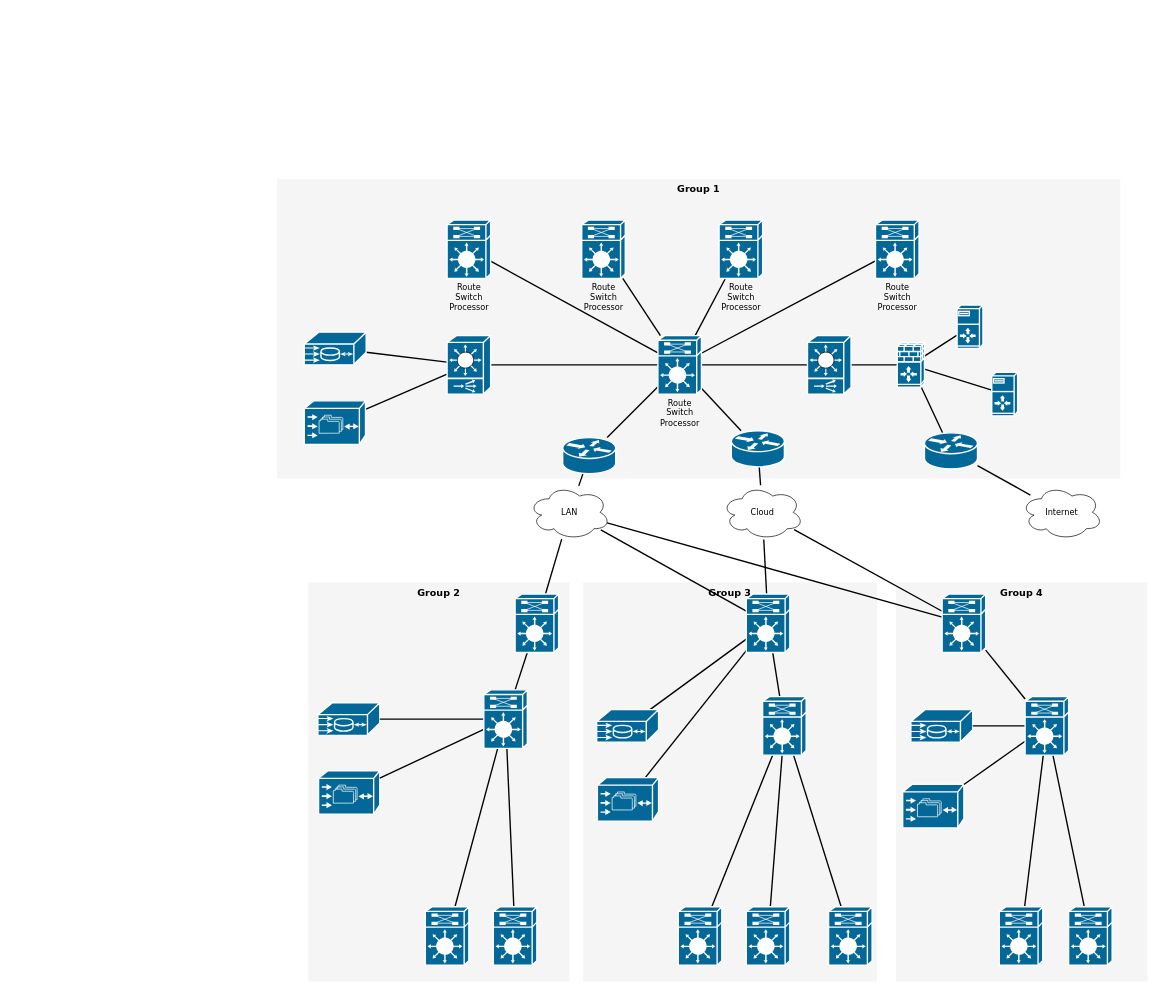
Above: Diagrama sem nome.drawio in mtuliolaine/Install-App-Windows (draw.io), before the change. Source tidied: cells renumbered, new cells numbered last; positions are measured from the earlier drawing's top-left corner, leaving out a move shared by most shapes. Both pictures are drawn from the tidied source at 68%, with x=0, y=0 at pixel (277, 179).
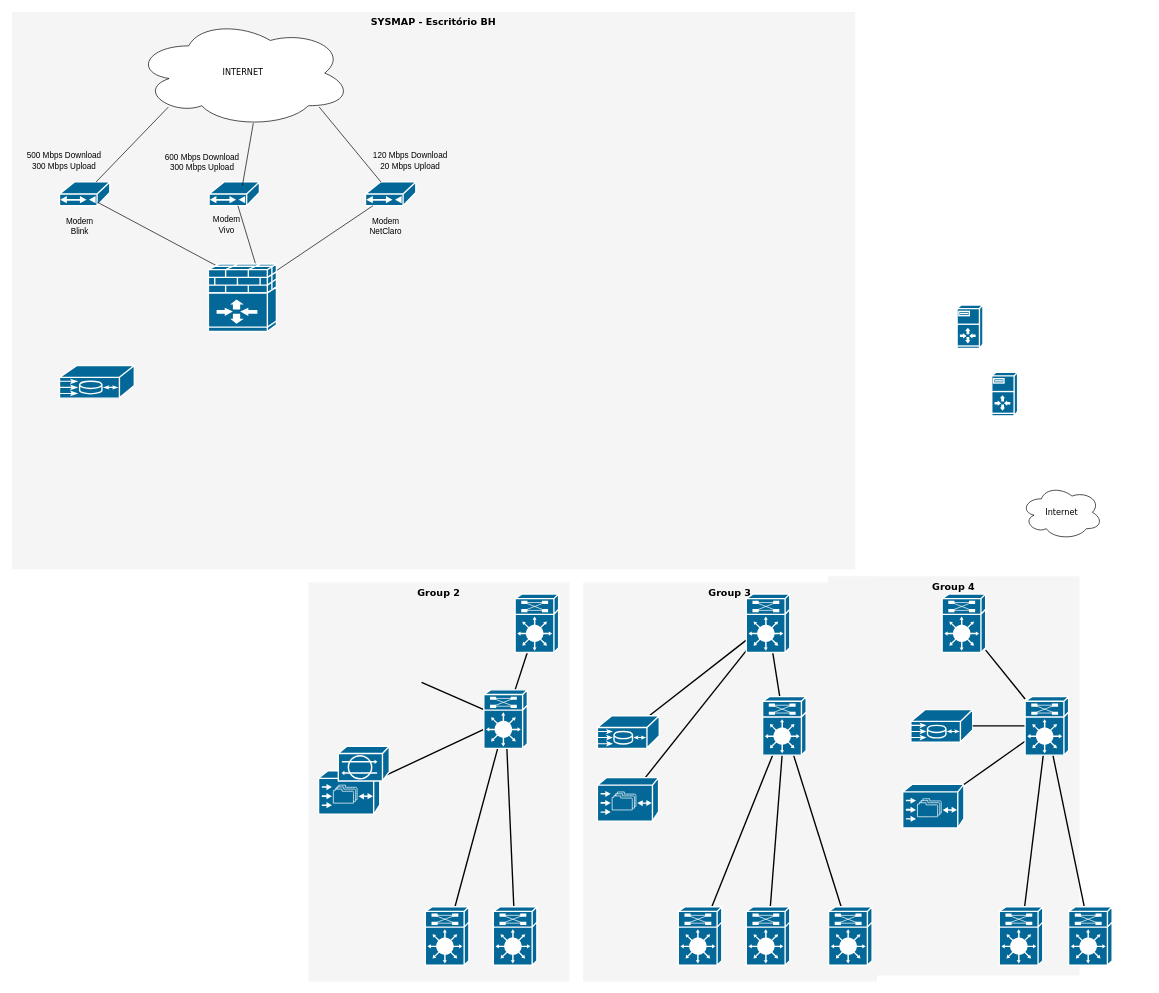
The same page after the edit.

Unchanged cells that the change refers to:
```xml
<mxCell id="30" style="shape=mxgraph.cisco.servers.server_with_router;html=1;dashed=0;fillColor=#036897;strokeColor=#ffffff;strokeWidth=2;verticalLabelPosition=bottom;verticalAlign=top;rounded=0;shadow=0;comic=0;fontFamily=Verdana;fontSize=12;" parent="1" vertex="1">
  <mxGeometry x="1000" y="185" width="38" height="64" as="geometry" />
</mxCell>
<mxCell id="31" style="shape=mxgraph.cisco.servers.server_with_router;html=1;dashed=0;fillColor=#036897;strokeColor=#ffffff;strokeWidth=2;verticalLabelPosition=bottom;verticalAlign=top;rounded=0;shadow=0;comic=0;fontFamily=Verdana;fontSize=12;" parent="1" vertex="1">
  <mxGeometry x="1051" y="284" width="38" height="64" as="geometry" />
</mxCell>
<mxCell id="39" value="Internet" style="ellipse;shape=cloud;whiteSpace=wrap;html=1;rounded=0;shadow=0;comic=0;strokeWidth=1;fontFamily=Verdana;fontSize=12;" parent="1" vertex="1">
  <mxGeometry x="1094" y="450" width="120" height="80" as="geometry" />
</mxCell>
<mxCell id="41" style="shape=mxgraph.cisco.misc.route_switch_processor;html=1;dashed=0;fillColor=#036897;strokeColor=#ffffff;strokeWidth=2;verticalLabelPosition=bottom;verticalAlign=top;rounded=0;shadow=0;comic=0;fontFamily=Verdana;fontSize=12;" parent="1" vertex="1">
  <mxGeometry x="350" y="610" width="64" height="86" as="geometry" />
</mxCell>
<mxCell id="45" style="shape=mxgraph.cisco.misc.route_switch_processor;html=1;dashed=0;fillColor=#036897;strokeColor=#ffffff;strokeWidth=2;verticalLabelPosition=bottom;verticalAlign=top;rounded=0;shadow=0;comic=0;fontFamily=Verdana;fontSize=12;" parent="1" vertex="1">
  <mxGeometry x="690" y="610" width="64" height="86" as="geometry" />
</mxCell>
<mxCell id="47" style="shape=mxgraph.cisco.misc.route_switch_processor;html=1;dashed=0;fillColor=#036897;strokeColor=#ffffff;strokeWidth=2;verticalLabelPosition=bottom;verticalAlign=top;rounded=0;shadow=0;comic=0;fontFamily=Verdana;fontSize=12;" parent="1" vertex="1">
  <mxGeometry x="978" y="610" width="64" height="86" as="geometry" />
</mxCell>
<mxCell id="54" style="shape=mxgraph.cisco.misc.route_switch_processor;html=1;dashed=0;fillColor=#036897;strokeColor=#ffffff;strokeWidth=2;verticalLabelPosition=bottom;verticalAlign=top;rounded=0;shadow=0;comic=0;fontFamily=Verdana;fontSize=12;" parent="1" vertex="1">
  <mxGeometry x="304" y="751" width="64" height="86" as="geometry" />
</mxCell>
```

The edit, as a diff of the source:
```diff
@@
-    <mxCell id="2" value="Group 1" style="whiteSpace=wrap;html=1;rounded=0;shadow=0;comic=0;strokeWidth=1;fontFamily=Verdana;fontSize=14;fillColor=#f5f5f5;strokeColor=none;verticalAlign=top;fontStyle=1;" parent="1" vertex="1">
-      <mxGeometry width="1240" height="440" as="geometry" />
+    <mxCell id="2" value="SYSMAP - Escritório BH" style="whiteSpace=wrap;html=1;rounded=0;shadow=0;comic=0;strokeWidth=1;fontFamily=Verdana;fontSize=14;fillColor=#f5f5f5;strokeColor=none;verticalAlign=top;fontStyle=1;" parent="1" vertex="1">
+      <mxGeometry x="-390" y="-246" width="1240" height="820" as="geometry" />
     </mxCell>
     <mxCell id="3" value="Group 4" style="whiteSpace=wrap;html=1;rounded=0;shadow=0;comic=0;strokeWidth=1;fontFamily=Verdana;fontSize=14;fillColor=#f5f5f5;strokeColor=none;fontStyle=1;verticalAlign=top;" parent="1" vertex="1">
-      <mxGeometry x="910" y="593" width="370" height="587" as="geometry" />
+      <mxGeometry x="810" y="584" width="370" height="587" as="geometry" />
     </mxCell>
@@
-    <mxCell id="6" style="edgeStyle=none;html=1;labelBackgroundColor=none;startFill=0;endArrow=none;endFill=0;strokeWidth=2;fontFamily=Verdana;fontSize=12;" parent="1" edge="1" source="7" target="18">
-      <mxGeometry relative="1" as="geometry" />
-    </mxCell>
-    <mxCell id="7" value="Route&lt;div&gt;Switch&lt;/div&gt;&lt;div&gt;Processor&lt;/div&gt;" style="shape=mxgraph.cisco.misc.route_switch_processor;html=1;dashed=0;fillColor=#036897;strokeColor=#ffffff;strokeWidth=2;verticalLabelPosition=bottom;verticalAlign=top;rounded=0;shadow=0;comic=0;fontFamily=Verdana;fontSize=12;" parent="1" vertex="1">
-      <mxGeometry x="250" y="60" width="64" height="86" as="geometry" />
-    </mxCell>
-    <mxCell id="8" style="edgeStyle=none;html=1;labelBackgroundColor=none;startFill=0;endArrow=none;endFill=0;strokeWidth=2;fontFamily=Verdana;fontSize=12;" parent="1" edge="1" source="9" target="18">
-      <mxGeometry relative="1" as="geometry" />
-    </mxCell>
-    <mxCell id="9" value="Route&lt;div&gt;Switch&lt;/div&gt;&lt;div&gt;Processor&lt;/div&gt;" style="shape=mxgraph.cisco.misc.route_switch_processor;html=1;dashed=0;fillColor=#036897;strokeColor=#ffffff;strokeWidth=2;verticalLabelPosition=bottom;verticalAlign=top;rounded=0;shadow=0;comic=0;fontFamily=Verdana;fontSize=12;" parent="1" vertex="1">
-      <mxGeometry x="448" y="60" width="64" height="86" as="geometry" />
-    </mxCell>
-    <mxCell id="10" style="edgeStyle=none;html=1;labelBackgroundColor=none;startFill=0;endArrow=none;endFill=0;strokeWidth=2;fontFamily=Verdana;fontSize=12;" parent="1" edge="1" source="11" target="18">
-      <mxGeometry relative="1" as="geometry" />
-    </mxCell>
-    <mxCell id="11" value="Route&lt;div&gt;Switch&lt;/div&gt;&lt;div&gt;Processor&lt;/div&gt;" style="shape=mxgraph.cisco.misc.route_switch_processor;html=1;dashed=0;fillColor=#036897;strokeColor=#ffffff;strokeWidth=2;verticalLabelPosition=bottom;verticalAlign=top;rounded=0;shadow=0;comic=0;fontFamily=Verdana;fontSize=12;" parent="1" vertex="1">
-      <mxGeometry x="650" y="60" width="64" height="86" as="geometry" />
-    </mxCell>
-    <mxCell id="12" style="edgeStyle=none;html=1;labelBackgroundColor=none;startFill=0;endArrow=none;endFill=0;strokeWidth=2;fontFamily=Verdana;fontSize=12;" parent="1" edge="1" source="13" target="18">
-      <mxGeometry relative="1" as="geometry" />
-    </mxCell>
-    <mxCell id="13" value="Route&lt;div&gt;Switch&lt;/div&gt;&lt;div&gt;Processor&lt;/div&gt;" style="shape=mxgraph.cisco.misc.route_switch_processor;html=1;dashed=0;fillColor=#036897;strokeColor=#ffffff;strokeWidth=2;verticalLabelPosition=bottom;verticalAlign=top;rounded=0;shadow=0;comic=0;fontFamily=Verdana;fontSize=12;" parent="1" vertex="1">
-      <mxGeometry x="880" y="60" width="64" height="86" as="geometry" />
-    </mxCell>
-    <mxCell id="14" style="edgeStyle=none;html=1;labelBackgroundColor=none;startFill=0;endArrow=none;endFill=0;strokeWidth=2;fontFamily=Verdana;fontSize=12;" parent="1" edge="1" source="18" target="23">
-      <mxGeometry relative="1" as="geometry" />
-    </mxCell>
-    <mxCell id="15" style="edgeStyle=none;html=1;labelBackgroundColor=none;startFill=0;endArrow=none;endFill=0;strokeWidth=2;fontFamily=Verdana;fontSize=12;" parent="1" edge="1" source="18" target="21">
-      <mxGeometry relative="1" as="geometry" />
-    </mxCell>
-    <mxCell id="16" style="edgeStyle=none;html=1;labelBackgroundColor=none;startFill=0;endArrow=none;endFill=0;strokeWidth=2;fontFamily=Verdana;fontSize=12;" parent="1" edge="1" source="18" target="76">
-      <mxGeometry relative="1" as="geometry" />
-    </mxCell>
-    <mxCell id="17" style="edgeStyle=none;html=1;labelBackgroundColor=none;startFill=0;endArrow=none;endFill=0;strokeWidth=2;fontFamily=Verdana;fontSize=12;" parent="1" edge="1" source="18" target="78">
-      <mxGeometry relative="1" as="geometry" />
-    </mxCell>
-    <mxCell id="18" value="Route&lt;div&gt;Switch&lt;/div&gt;&lt;div&gt;Processor&lt;/div&gt;" style="shape=mxgraph.cisco.misc.route_switch_processor;html=1;dashed=0;fillColor=#036897;strokeColor=#ffffff;strokeWidth=2;verticalLabelPosition=bottom;verticalAlign=top;rounded=0;shadow=0;comic=0;fontFamily=Verdana;fontSize=12;" parent="1" vertex="1">
-      <mxGeometry x="560" y="230" width="64" height="86" as="geometry" />
-    </mxCell>
-    <mxCell id="19" style="edgeStyle=none;html=1;labelBackgroundColor=none;startFill=0;endArrow=none;endFill=0;strokeWidth=2;fontFamily=Verdana;fontSize=12;" parent="1" edge="1" source="21" target="25">
-      <mxGeometry relative="1" as="geometry" />
-    </mxCell>
-    <mxCell id="20" style="edgeStyle=none;html=1;labelBackgroundColor=none;startFill=0;endArrow=none;endFill=0;strokeWidth=2;fontFamily=Verdana;fontSize=12;" parent="1" edge="1" source="21" target="24">
-      <mxGeometry relative="1" as="geometry" />
-    </mxCell>
-    <mxCell id="21" style="shape=mxgraph.cisco.switches.content_switch;html=1;dashed=0;fillColor=#036897;strokeColor=#ffffff;strokeWidth=2;verticalLabelPosition=bottom;verticalAlign=top;rounded=0;shadow=0;comic=0;fontFamily=Verdana;fontSize=12;" parent="1" vertex="1">
-      <mxGeometry x="250" y="230" width="64" height="86" as="geometry" />
-    </mxCell>
-    <mxCell id="22" style="edgeStyle=none;html=1;labelBackgroundColor=none;startFill=0;endArrow=none;endFill=0;strokeWidth=2;fontFamily=Verdana;fontSize=12;" parent="1" edge="1" source="23" target="29">
-      <mxGeometry relative="1" as="geometry" />
-    </mxCell>
-    <mxCell id="23" style="shape=mxgraph.cisco.switches.content_switch;html=1;dashed=0;fillColor=#036897;strokeColor=#ffffff;strokeWidth=2;verticalLabelPosition=bottom;verticalAlign=top;rounded=0;shadow=0;comic=0;fontFamily=Verdana;fontSize=12;" parent="1" vertex="1">
-      <mxGeometry x="780" y="230" width="64" height="86" as="geometry" />
-    </mxCell>
-    <mxCell id="24" style="shape=mxgraph.cisco.storage.cisco_file_engine;html=1;dashed=0;fillColor=#036897;strokeColor=#ffffff;strokeWidth=2;verticalLabelPosition=bottom;verticalAlign=top;rounded=0;shadow=0;comic=0;fontFamily=Verdana;fontSize=12;" parent="1" vertex="1">
-      <mxGeometry x="40" y="326" width="90" height="64" as="geometry" />
-    </mxCell>
-    <mxCell id="25" style="shape=mxgraph.cisco.misc.me1100;html=1;dashed=0;fillColor=#036897;strokeColor=#ffffff;strokeWidth=2;verticalLabelPosition=bottom;verticalAlign=top;rounded=0;shadow=0;comic=0;fontFamily=Verdana;fontSize=12;" parent="1" vertex="1">
-      <mxGeometry x="40" y="225" width="91" height="48" as="geometry" />
-    </mxCell>
-    <mxCell id="26" style="edgeStyle=none;html=1;labelBackgroundColor=none;startFill=0;endArrow=none;endFill=0;strokeWidth=2;fontFamily=Verdana;fontSize=12;" parent="1" edge="1" source="29" target="30">
-      <mxGeometry relative="1" as="geometry" />
-    </mxCell>
-    <mxCell id="27" style="edgeStyle=none;html=1;labelBackgroundColor=none;startFill=0;endArrow=none;endFill=0;strokeWidth=2;fontFamily=Verdana;fontSize=12;" parent="1" edge="1" source="29" target="31">
-      <mxGeometry relative="1" as="geometry" />
-    </mxCell>
-    <mxCell id="28" style="edgeStyle=none;html=1;labelBackgroundColor=none;startFill=0;endArrow=none;endFill=0;strokeWidth=2;fontFamily=Verdana;fontSize=12;" parent="1" edge="1" source="29" target="80">
-      <mxGeometry relative="1" as="geometry" />
-    </mxCell>
-    <mxCell id="29" style="shape=mxgraph.cisco.security.ios_firewall;html=1;dashed=0;fillColor=#036897;strokeColor=#ffffff;strokeWidth=2;verticalLabelPosition=bottom;verticalAlign=top;rounded=0;shadow=0;comic=0;fontFamily=Verdana;fontSize=12;" parent="1" vertex="1">
-      <mxGeometry x="912" y="240" width="40" height="66" as="geometry" />
-    </mxCell>
@@
-    <mxCell id="32" style="edgeStyle=none;html=1;labelBackgroundColor=none;startFill=0;endArrow=none;endFill=0;strokeWidth=2;fontFamily=Verdana;fontSize=12;" parent="1" edge="1" source="35" target="41">
-      <mxGeometry relative="1" as="geometry" />
-    </mxCell>
-    <mxCell id="33" style="edgeStyle=none;html=1;labelBackgroundColor=none;startFill=0;endArrow=none;endFill=0;strokeWidth=2;fontFamily=Verdana;fontSize=12;" parent="1" edge="1" source="35" target="45">
-      <mxGeometry relative="1" as="geometry" />
-    </mxCell>
-    <mxCell id="34" style="edgeStyle=none;html=1;labelBackgroundColor=none;startFill=0;endArrow=none;endFill=0;strokeWidth=2;fontFamily=Verdana;fontSize=12;" parent="1" edge="1" source="35" target="47">
-      <mxGeometry relative="1" as="geometry" />
-    </mxCell>
-    <mxCell id="35" value="LAN" style="ellipse;shape=cloud;whiteSpace=wrap;html=1;rounded=0;shadow=0;comic=0;strokeWidth=1;fontFamily=Verdana;fontSize=12;" parent="1" vertex="1">
-      <mxGeometry x="370" y="450" width="120" height="80" as="geometry" />
+    <mxCell id="35" value="INTERNET" style="ellipse;shape=cloud;whiteSpace=wrap;html=1;rounded=0;shadow=0;comic=0;strokeWidth=1;fontFamily=Verdana;fontSize=12;" parent="1" vertex="1">
+      <mxGeometry x="-210" y="-236" width="320" height="160" as="geometry" />
     </mxCell>
-    <mxCell id="36" style="edgeStyle=none;html=1;labelBackgroundColor=none;startFill=0;endArrow=none;endFill=0;strokeWidth=2;fontFamily=Verdana;fontSize=12;" parent="1" edge="1" source="38" target="45">
-      <mxGeometry relative="1" as="geometry" />
-    </mxCell>
-    <mxCell id="37" style="edgeStyle=none;html=1;labelBackgroundColor=none;startFill=0;endArrow=none;endFill=0;strokeWidth=2;fontFamily=Verdana;fontSize=12;" parent="1" edge="1" source="38" target="47">
-      <mxGeometry relative="1" as="geometry" />
-    </mxCell>
-    <mxCell id="38" value="Cloud" style="ellipse;shape=cloud;whiteSpace=wrap;html=1;rounded=0;shadow=0;comic=0;strokeWidth=1;fontFamily=Verdana;fontSize=12;" parent="1" vertex="1">
-      <mxGeometry x="654" y="450" width="120" height="80" as="geometry" />
-    </mxCell>
@@
-    <mxCell id="48" style="shape=mxgraph.cisco.misc.me1100;html=1;dashed=0;fillColor=#036897;strokeColor=#ffffff;strokeWidth=2;verticalLabelPosition=bottom;verticalAlign=top;rounded=0;shadow=0;comic=0;fontFamily=Verdana;fontSize=12;" parent="1" vertex="1">
-      <mxGeometry x="60" y="770" width="91" height="48" as="geometry" />
-    </mxCell>
@@
-    <mxCell id="50" style="edgeStyle=none;html=1;labelBackgroundColor=none;startFill=0;endArrow=none;endFill=0;strokeWidth=2;fontFamily=Verdana;fontSize=12;" parent="1" edge="1" source="54" target="48">
-      <mxGeometry relative="1" as="geometry" />
+    <mxCell id="50" style="edgeStyle=none;html=1;labelBackgroundColor=none;startFill=0;endArrow=none;endFill=0;strokeWidth=2;fontFamily=Verdana;fontSize=12;" parent="1" edge="1" source="54">
+      <mxGeometry relative="1" as="geometry">
+        <mxPoint x="212.5" y="739.9" as="targetPoint" />
+      </mxGeometry>
     </mxCell>
@@
     <mxCell id="55" style="shape=mxgraph.cisco.misc.me1100;html=1;dashed=0;fillColor=#036897;strokeColor=#ffffff;strokeWidth=2;verticalLabelPosition=bottom;verticalAlign=top;rounded=0;shadow=0;comic=0;fontFamily=Verdana;fontSize=12;" parent="1" vertex="1">
-      <mxGeometry x="470" y="780" width="91" height="48" as="geometry" />
+      <mxGeometry x="471" y="789" width="91" height="48" as="geometry" />
     </mxCell>
@@
-    <mxCell id="75" style="edgeStyle=none;html=1;labelBackgroundColor=none;startFill=0;endArrow=none;endFill=0;strokeWidth=2;fontFamily=Verdana;fontSize=12;" parent="1" edge="1" source="76" target="35">
-      <mxGeometry relative="1" as="geometry" />
-    </mxCell>
-    <mxCell id="76" style="shape=mxgraph.cisco.routers.router;html=1;dashed=0;fillColor=#036897;strokeColor=#ffffff;strokeWidth=2;verticalLabelPosition=bottom;verticalAlign=top;rounded=0;shadow=0;comic=0;fontFamily=Verdana;fontSize=12;" parent="1" vertex="1">
-      <mxGeometry x="420" y="380" width="78" height="53" as="geometry" />
-    </mxCell>
-    <mxCell id="77" style="edgeStyle=none;html=1;labelBackgroundColor=none;startFill=0;endArrow=none;endFill=0;strokeWidth=2;fontFamily=Verdana;fontSize=12;" parent="1" edge="1" source="78" target="38">
-      <mxGeometry relative="1" as="geometry" />
-    </mxCell>
-    <mxCell id="78" style="shape=mxgraph.cisco.routers.router;html=1;dashed=0;fillColor=#036897;strokeColor=#ffffff;strokeWidth=2;verticalLabelPosition=bottom;verticalAlign=top;rounded=0;shadow=0;comic=0;fontFamily=Verdana;fontSize=12;" parent="1" vertex="1">
-      <mxGeometry x="668" y="370" width="78" height="53" as="geometry" />
-    </mxCell>
-    <mxCell id="79" style="edgeStyle=none;html=1;labelBackgroundColor=none;startFill=0;endArrow=none;endFill=0;strokeWidth=2;fontFamily=Verdana;fontSize=12;" parent="1" edge="1" source="80" target="39">
-      <mxGeometry relative="1" as="geometry" />
-    </mxCell>
-    <mxCell id="80" style="shape=mxgraph.cisco.routers.router;html=1;dashed=0;fillColor=#036897;strokeColor=#ffffff;strokeWidth=2;verticalLabelPosition=bottom;verticalAlign=top;rounded=0;shadow=0;comic=0;fontFamily=Verdana;fontSize=12;" parent="1" vertex="1">
-      <mxGeometry x="952" y="373" width="78" height="53" as="geometry" />
-    </mxCell>
+    <mxCell id="81" style="shape=mxgraph.cisco.modems_and_phones.cable_modem;sketch=0;html=1;dashed=0;fillColor=#036897;strokeColor=#ffffff;strokeWidth=2;verticalLabelPosition=bottom;verticalAlign=top;align=center;outlineConnect=0;" parent="1" vertex="1">
+      <mxGeometry x="-320" y="4" width="74" height="35" as="geometry" />
+    </mxCell>
+    <mxCell id="82" style="shape=mxgraph.cisco.modems_and_phones.cable_modem;sketch=0;html=1;dashed=0;fillColor=#036897;strokeColor=#ffffff;strokeWidth=2;verticalLabelPosition=bottom;verticalAlign=top;align=center;outlineConnect=0;" parent="1" vertex="1">
+      <mxGeometry x="130" y="4" width="74" height="35" as="geometry" />
+    </mxCell>
+    <mxCell id="83" style="shape=mxgraph.cisco.modems_and_phones.cable_modem;sketch=0;html=1;dashed=0;fillColor=#036897;strokeColor=#ffffff;strokeWidth=2;verticalLabelPosition=bottom;verticalAlign=top;align=center;outlineConnect=0;" parent="1" vertex="1">
+      <mxGeometry x="-100" y="4" width="74" height="35" as="geometry" />
+    </mxCell>
+    <mxCell id="84" value="Modem Blink" style="text;strokeColor=none;align=center;fillColor=none;html=1;verticalAlign=middle;whiteSpace=wrap;rounded=0;" parent="1" vertex="1">
+      <mxGeometry x="-320" y="54" width="60" height="30" as="geometry" />
+    </mxCell>
+    <mxCell id="85" value="Modem Vivo" style="text;strokeColor=none;align=center;fillColor=none;html=1;verticalAlign=middle;whiteSpace=wrap;rounded=0;" parent="1" vertex="1">
+      <mxGeometry x="-104" y="52" width="60" height="30" as="geometry" />
+    </mxCell>
+    <mxCell id="86" value="Modem NetClaro" style="text;strokeColor=none;align=center;fillColor=none;html=1;verticalAlign=middle;whiteSpace=wrap;rounded=0;" parent="1" vertex="1">
+      <mxGeometry x="130" y="54" width="60" height="30" as="geometry" />
+    </mxCell>
+    <mxCell id="87" value="120 Mbps Download&lt;br&gt;20 Mbps Upload" style="text;strokeColor=none;align=center;fillColor=none;html=1;verticalAlign=middle;whiteSpace=wrap;rounded=0;" parent="1" vertex="1">
+      <mxGeometry x="130" y="-57" width="132" height="60" as="geometry" />
+    </mxCell>
+    <mxCell id="88" value="500 Mbps Download&lt;br&gt;300 Mbps Upload" style="text;strokeColor=none;align=center;fillColor=none;html=1;verticalAlign=middle;whiteSpace=wrap;rounded=0;" parent="1" vertex="1">
+      <mxGeometry x="-379" y="-57" width="132" height="60" as="geometry" />
+    </mxCell>
+    <mxCell id="89" value="600 Mbps Download&lt;br&gt;300 Mbps Upload" style="text;strokeColor=none;align=center;fillColor=none;html=1;verticalAlign=middle;whiteSpace=wrap;rounded=0;" parent="1" vertex="1">
+      <mxGeometry x="-176" y="-55" width="132" height="60" as="geometry" />
+    </mxCell>
+    <mxCell id="90" style="endArrow=none;html=1;rounded=0;" parent="1" edge="1" source="81">
+      <mxGeometry relative="1" as="geometry">
+        <mxPoint x="-160" y="-106" as="targetPoint" />
+      </mxGeometry>
+    </mxCell>
+    <mxCell id="91" style="endArrow=none;html=1;rounded=0;" parent="1" edge="1">
+      <mxGeometry relative="1" as="geometry">
+        <mxPoint x="-35" y="-82.3" as="sourcePoint" />
+        <mxPoint x="-51" y="9.2" as="targetPoint" />
+      </mxGeometry>
+    </mxCell>
+    <mxCell id="92" style="endArrow=none;html=1;rounded=0;" parent="1" edge="1" target="82">
+      <mxGeometry relative="1" as="geometry">
+        <mxPoint x="62" y="-106" as="sourcePoint" />
+      </mxGeometry>
+    </mxCell>
+    <mxCell id="93" style="endArrow=none;html=1;rounded=0;exitX=0.86;exitY=0.2;exitDx=0;exitDy=0;exitPerimeter=0;" parent="1" edge="1" source="29" target="82">
+      <mxGeometry relative="1" as="geometry" />
+    </mxCell>
+    <mxCell id="94" style="endArrow=none;html=1;rounded=0;exitX=0.17;exitY=0.06;exitDx=0;exitDy=0;exitPerimeter=0;" parent="1" edge="1" source="29">
+      <mxGeometry relative="1" as="geometry">
+        <mxPoint x="-264" y="34" as="targetPoint" />
+      </mxGeometry>
+    </mxCell>
+    <mxCell id="95" style="endArrow=none;html=1;rounded=0;exitX=0.17;exitY=0.06;exitDx=0;exitDy=0;exitPerimeter=0;" parent="1" edge="1" target="83">
+      <mxGeometry relative="1" as="geometry">
+        <mxPoint x="-27" y="140" as="sourcePoint" />
+      </mxGeometry>
+    </mxCell>
+    <mxCell id="29" style="shape=mxgraph.cisco.security.ios_firewall;html=1;dashed=0;fillColor=#036897;strokeColor=#ffffff;strokeWidth=2;verticalLabelPosition=bottom;verticalAlign=top;rounded=0;shadow=0;comic=0;fontFamily=Verdana;fontSize=12;" parent="1" vertex="1">
+      <mxGeometry x="-101" y="124" width="100" height="100" as="geometry" />
+    </mxCell>
+    <mxCell id="96" style="shape=mxgraph.cisco.misc.netranger;sketch=0;html=1;dashed=0;fillColor=#036897;strokeColor=#ffffff;strokeWidth=2;verticalLabelPosition=bottom;verticalAlign=top;align=center;" parent="1" vertex="1">
+      <mxGeometry x="90" y="834" width="75" height="51" as="geometry" />
+    </mxCell>
+    <mxCell id="97" style="shape=mxgraph.cisco.misc.me1100;html=1;dashed=0;fillColor=#036897;strokeColor=#ffffff;strokeWidth=2;verticalLabelPosition=bottom;verticalAlign=top;rounded=0;shadow=0;comic=0;fontFamily=Verdana;fontSize=12;" parent="1" vertex="1">
+      <mxGeometry x="-320" y="274" width="110" height="48" as="geometry" />
+    </mxCell>
```
